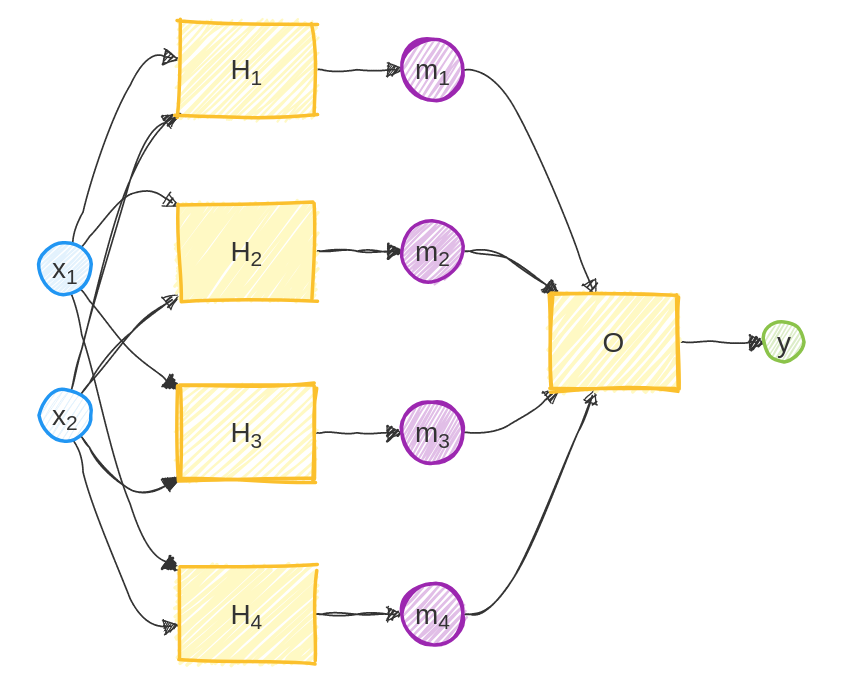
This is neural-networks/01-multi-layer-neural-network/deep-neural-network.png from teenytinynn/from-neuron-to-chat, a Mermaid export, as it was before one commit. Its source is kept beside it as mermaid/deep-neural-network.mmd.
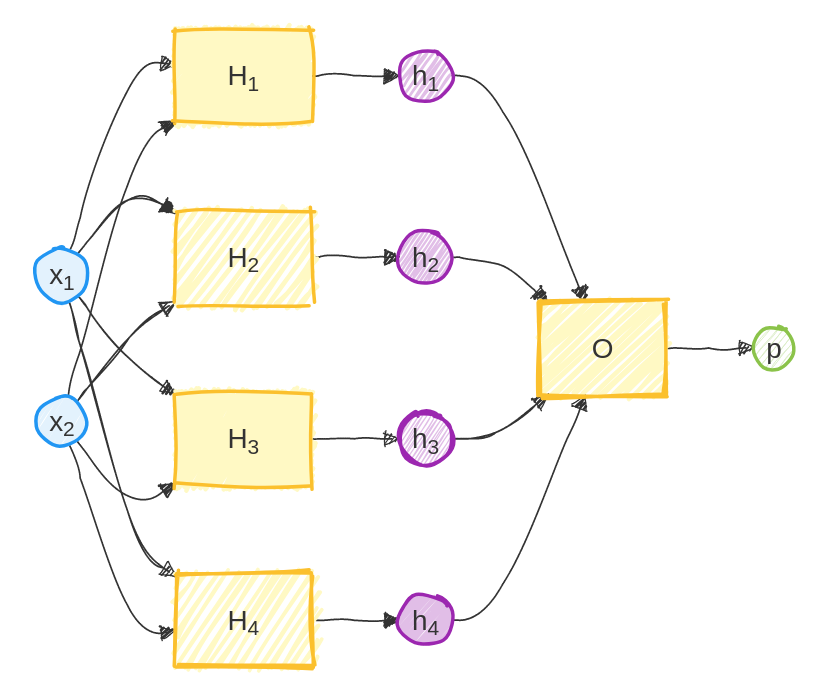
The same file after the commit.

Change to the diagram source:
```diff
@@ -1,29 +1,17 @@
 flowchart LR
     classDef in fill:#E3F2FD,stroke:#2196F3,stroke-width:2px;
-    classDef para fill:#FFF9C4,stroke:#FBC02D,stroke-width:2px;
-    classDef act fill:#E1BEE7,stroke:#9C27B0,stroke-width:2px;
-    classDef func fill:#F8BBD0,stroke:#E91E63,stroke-width:2px;
+    classDef model fill:#FFF9C4,stroke:#FBC02D,stroke-width:2px;
+    classDef data fill:#E1BEE7,stroke:#9C27B0,stroke-width:2px;
+    classDef test fill:#F8BBD0,stroke:#E91E63,stroke-width:2px;
     classDef out fill:#DCEDC8,stroke:#8BC34A,stroke-width:2px;
     classDef skip stroke:#B0BEC5,stroke-width:2px,stroke-dasharray: 5 5;
 
-    X1((x<sub>1</sub>)):::in
-    X2((x<sub>2</sub>)):::in
-    H1["H<sub>1</sub>"]:::para
-    H2["H<sub>2</sub>"]:::para
-    H3["H<sub>3</sub>"]:::para
-    H4["H<sub>4</sub>"]:::para
-    M1((m<sub>1</sub>)):::act
-    M2((m<sub>2</sub>)):::act
-    M3((m<sub>3</sub>)):::act
-    M4((m<sub>4</sub>)):::act
-    O["O"]:::para
-    Y((y)):::out
+    X1((x<sub>1</sub>)):::in --> H1["H<sub>1</sub>"]:::model --> M1((h<sub>1</sub>)):::data --> O["O"]:::model --> P((p)):::out
+    X1 --> H2["H<sub>2</sub>"]:::model --> M2((h<sub>2</sub>)):::data --> O
+    X1 --> H3["H<sub>3</sub>"]:::model --> M3((h<sub>3</sub>)):::data --> O
+    X1 --> H4["H<sub>4</sub>"]:::model --> M4((h<sub>4</sub>)):::data --> O
 
-    X1 --> H1 --> M1 --> O --> Y
-    X1 --> H2 --> M2 --> O
-    X1 --> H3 --> M3 --> O
-    X1 --> H4 --> M4 --> O
-    X2 --> H1
+    X2((x<sub>2</sub>)):::in --> H1
     X2 --> H2
     X2 --> H3
     X2 --> H4
```
